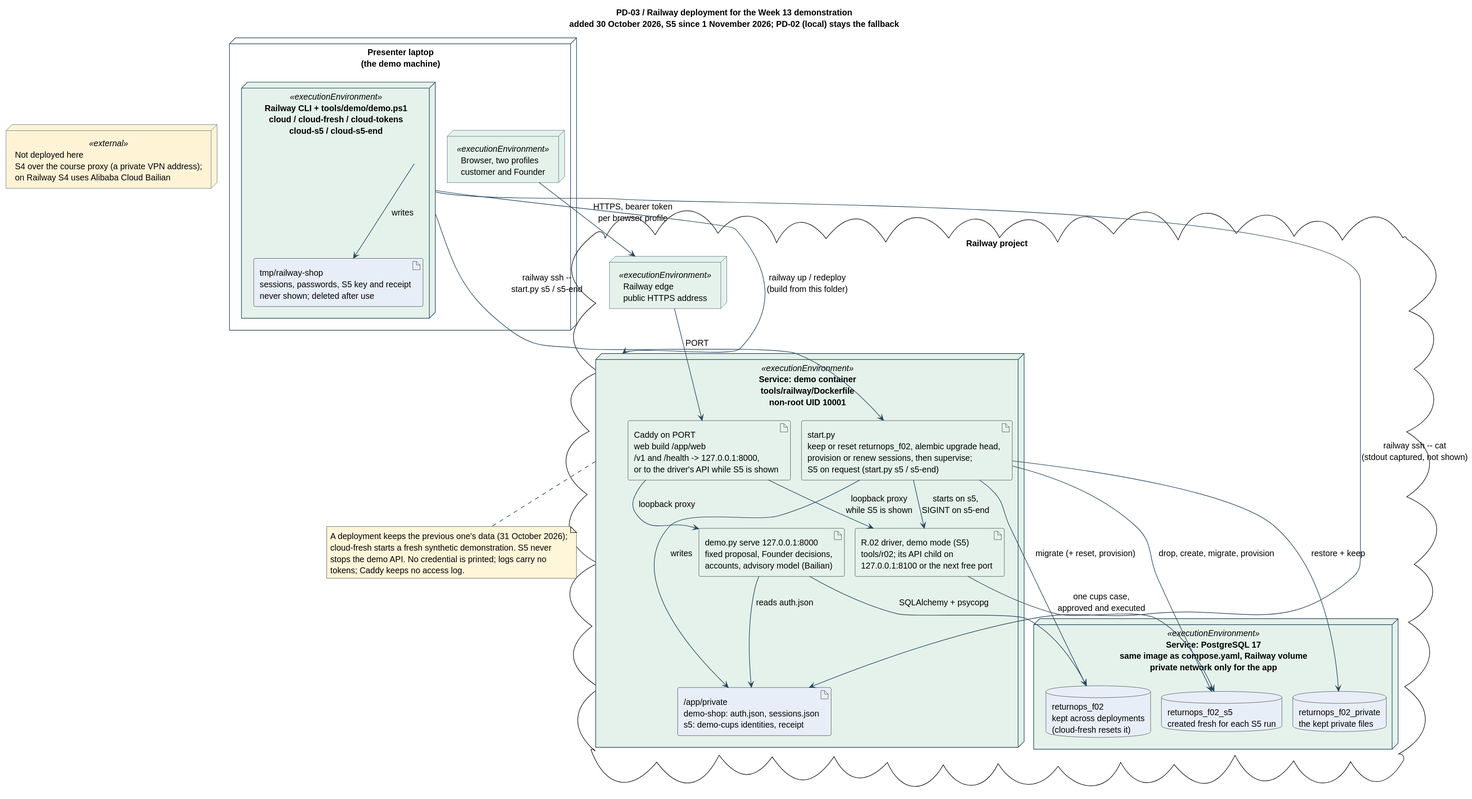
The PlantUML diagram docs/diagrams/shared/deployment-railway.svg in shuxiachai/returnops-au, before a commit.
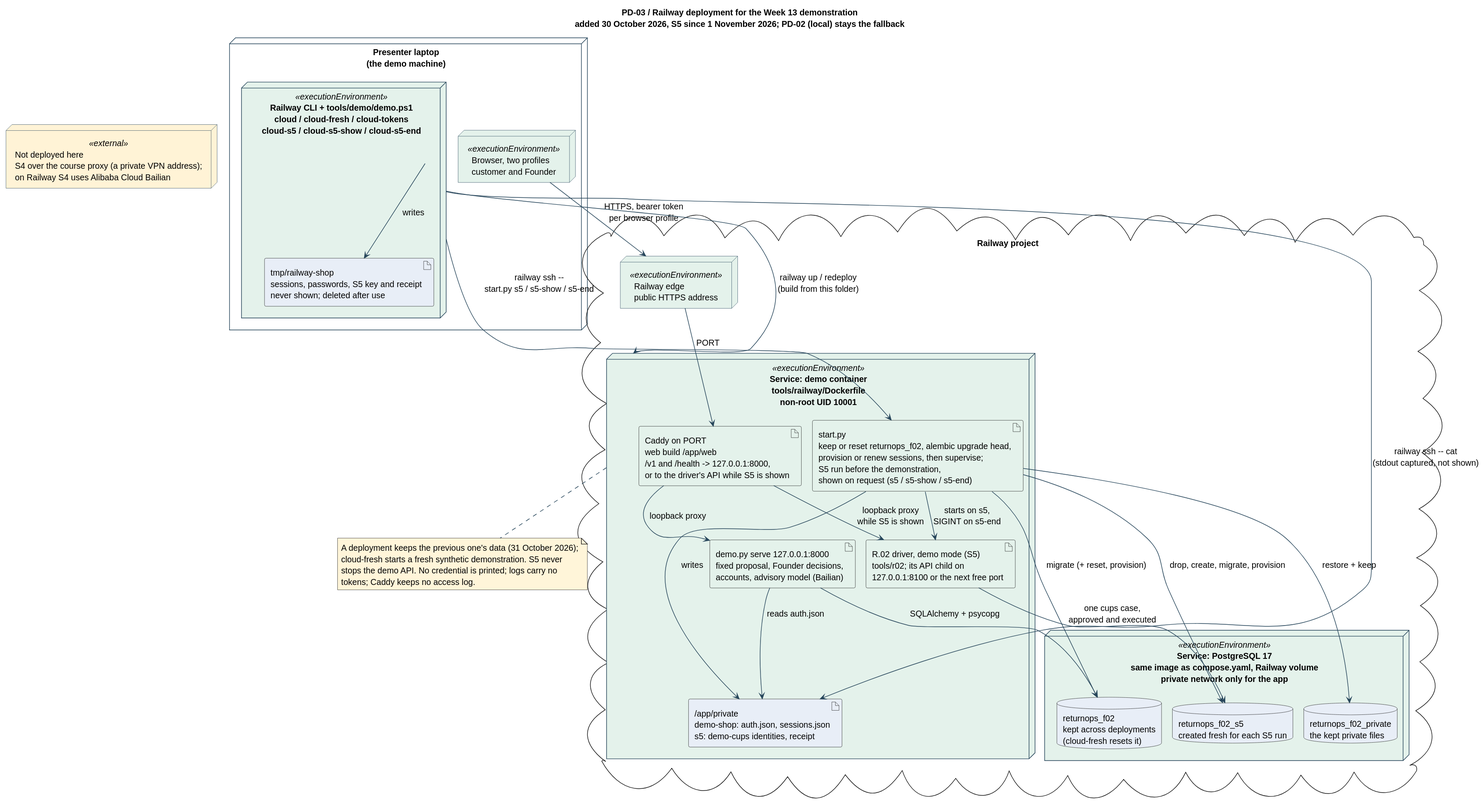
Later version of the same file.

Commit message:
feat(KAN-38): S5 run before the demonstration, shown in S5 in seconds (#174)

What changed in the source:
```diff
@@ -14,7 +14,7 @@
 
 node "Presenter laptop\n(the demo machine)" as Laptop {
   node "Browser, two profiles\ncustomer and Founder" as Browser <<executionEnvironment>> #E4F2EB
-  node "Railway CLI + tools/demo/demo.ps1\ncloud / cloud-fresh / cloud-tokens\ncloud-s5 / cloud-s5-end" as Cli <<executionEnvironment>> #E4F2EB {
+  node "Railway CLI + tools/demo/demo.ps1\ncloud / cloud-fresh / cloud-tokens\ncloud-s5 / cloud-s5-show / cloud-s5-end" as Cli <<executionEnvironment>> #E4F2EB {
     artifact "tmp/railway-shop\nsessions, passwords, S5 key and receipt\nnever shown; deleted after use" as LocalSessions #E8EEF7
   }
 }
@@ -22,7 +22,7 @@
 cloud "Railway project" as Railway {
   node "Railway edge\npublic HTTPS address" as Edge <<executionEnvironment>> #E4F2EB
   node "Service: demo container\ntools/railway/Dockerfile\nnon-root UID 10001" as Service <<executionEnvironment>> #E4F2EB {
-    artifact "start.py\nkeep or reset returnops_f02, alembic upgrade head,\nprovision or renew sessions, then supervise;\nS5 on request (start.py s5 / s5-end)" as Start #E4F2EB
+    artifact "start.py\nkeep or reset returnops_f02, alembic upgrade head,\nprovision or renew sessions, then supervise;\nS5 run before the demonstration,\nshown on request (s5 / s5-show / s5-end)" as Start #E4F2EB
     artifact "Caddy on PORT\nweb build /app/web\n/v1 and /health -> 127.0.0.1:8000,\nor to the driver's API while S5 is shown" as Caddy #E4F2EB
     artifact "demo.py serve 127.0.0.1:8000\nfixed proposal, Founder decisions,\naccounts, advisory model (Bailian)" as Api #E4F2EB
     artifact "R.02 driver, demo mode (S5)\ntools/r02; its API child on\n127.0.0.1:8100 or the next free port" as Driver #E4F2EB
@@ -51,7 +51,7 @@
 Driver --> S5Database : one cups case,\napproved and executed
 Cli --> Service : railway up / redeploy\n(build from this folder)
 Cli --> Private : railway ssh -- cat\n(stdout captured, not shown)
-Cli --> Start : railway ssh --\nstart.py s5 / s5-end
+Cli --> Start : railway ssh --\nstart.py s5 / s5-show / s5-end
 Cli --> LocalSessions : writes
 
 note bottom of Service
```
